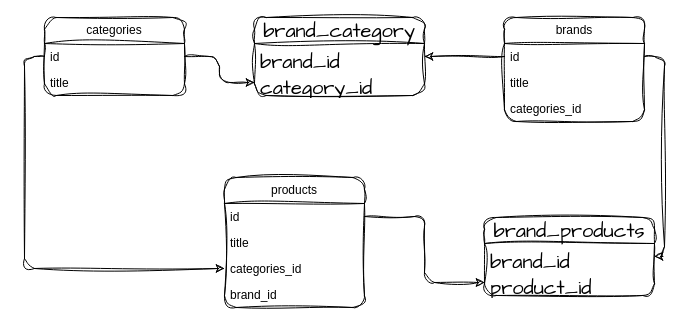
optimayz-dev/stabuz keeps this draw.io diagram as Диаграмма без названия.drawio. Above is the earlier version. Source tidied: cells renumbered, new cells numbered last; positions are measured from the earlier drawing's top-left corner, leaving out a move shared by most shapes. Both pictures are drawn from the tidied source at 100%, with x=0, y=0 at pixel (44, 17).
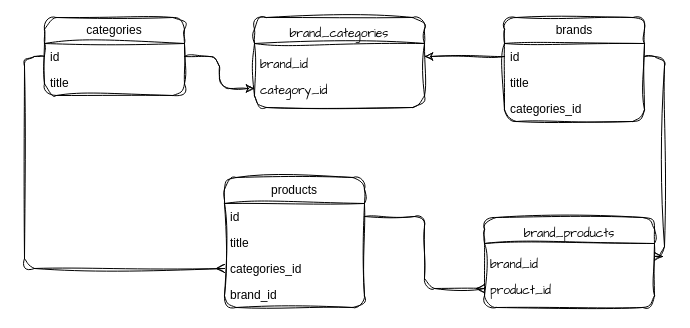
The same page after the edit.

Unchanged cells that the change refers to:
```xml
<mxCell id="3" value="id" style="text;strokeColor=none;fillColor=none;align=left;verticalAlign=top;spacingLeft=4;spacingRight=4;overflow=hidden;points=[[0,0.5],[1,0.5]];portConstraint=eastwest;whiteSpace=wrap;html=1;rounded=1;sketch=1;curveFitting=1;jiggle=2;" parent="2" vertex="1">
  <mxGeometry y="26" width="140" height="26" as="geometry" />
</mxCell>
<mxCell id="6" value="id" style="text;strokeColor=none;fillColor=none;align=left;verticalAlign=top;spacingLeft=4;spacingRight=4;overflow=hidden;points=[[0,0.5],[1,0.5]];portConstraint=eastwest;whiteSpace=wrap;html=1;rounded=1;sketch=1;curveFitting=1;jiggle=2;" parent="5" vertex="1">
  <mxGeometry y="26" width="140" height="26" as="geometry" />
</mxCell>
<mxCell id="10" value="id" style="text;strokeColor=none;fillColor=none;align=left;verticalAlign=top;spacingLeft=4;spacingRight=4;overflow=hidden;points=[[0,0.5],[1,0.5]];portConstraint=eastwest;whiteSpace=wrap;html=1;rounded=1;sketch=1;curveFitting=1;jiggle=2;" parent="9" vertex="1">
  <mxGeometry y="26" width="140" height="26" as="geometry" />
</mxCell>
<mxCell id="12" value="categories_id" style="text;strokeColor=none;fillColor=none;align=left;verticalAlign=top;spacingLeft=4;spacingRight=4;overflow=hidden;points=[[0,0.5],[1,0.5]];portConstraint=eastwest;whiteSpace=wrap;html=1;rounded=1;sketch=1;curveFitting=1;jiggle=2;" parent="9" vertex="1">
  <mxGeometry y="78" width="140" height="26" as="geometry" />
</mxCell>
```

What changed in the source:
```diff
@@
-<mxGraphModel background="#ffffff">
+<mxGraphModel>
@@
-    <mxCell id="14" style="edgeStyle=orthogonalEdgeStyle;rounded=1;jettySize=auto;html=1;exitX=0;exitY=0.5;exitDx=0;exitDy=0;entryX=0;entryY=0.5;entryDx=0;entryDy=0;sketch=1;curveFitting=1;jiggle=2;" parent="1" edge="1" source="3" target="12">
+    <mxCell id="14" style="edgeStyle=orthogonalEdgeStyle;rounded=1;jettySize=auto;html=1;exitX=0;exitY=0.5;exitDx=0;exitDy=0;entryX=0;entryY=0.5;entryDx=0;entryDy=0;sketch=1;curveFitting=1;jiggle=2;endArrow=ERmany;endFill=0;" parent="1" edge="1" source="3" target="12">
       <mxGeometry relative="1" as="geometry" />
     </mxCell>
-    <mxCell id="15" value="brand_category" style="swimlane;fontStyle=0;horizontal=1;startSize=26;fillColor=none;whiteSpace=wrap;html=1;sketch=1;hachureGap=4;jiggle=2;curveFitting=1;fontFamily=Architects Daughter;fontSize=20;rounded=1;" parent="1" vertex="1">
-      <mxGeometry x="210" width="170" height="78" as="geometry" />
+    <mxCell id="15" value="&lt;font style=&quot;font-size: 12px;&quot;&gt;brand_categories&lt;/font&gt;" style="swimlane;fontStyle=0;horizontal=1;startSize=26;fillColor=none;whiteSpace=wrap;html=1;sketch=1;hachureGap=4;jiggle=2;curveFitting=1;fontFamily=Architects Daughter;fontSize=20;rounded=1;" parent="1" vertex="1">
+      <mxGeometry x="210" width="170" height="90" as="geometry" />
     </mxCell>
-    <mxCell id="16" value="brand_id" style="text;strokeColor=none;fillColor=none;align=left;verticalAlign=top;spacingLeft=4;spacingRight=4;overflow=hidden;points=[[0,0.5],[1,0.5]];portConstraint=eastwest;whiteSpace=wrap;html=1;fontSize=20;fontFamily=Architects Daughter;rounded=1;" parent="15" vertex="1">
+    <mxCell id="16" value="&lt;font style=&quot;font-size: 12px;&quot;&gt;brand_id&lt;/font&gt;" style="text;strokeColor=none;fillColor=none;align=left;verticalAlign=top;spacingLeft=4;spacingRight=4;overflow=hidden;points=[[0,0.5],[1,0.5]];portConstraint=eastwest;whiteSpace=wrap;html=1;fontSize=20;fontFamily=Architects Daughter;rounded=1;" parent="15" vertex="1">
       <mxGeometry y="26" width="170" height="26" as="geometry" />
     </mxCell>
-    <mxCell id="17" value="category_id" style="text;strokeColor=none;fillColor=none;align=left;verticalAlign=top;spacingLeft=4;spacingRight=4;overflow=hidden;points=[[0,0.5],[1,0.5]];portConstraint=eastwest;whiteSpace=wrap;html=1;fontSize=20;fontFamily=Architects Daughter;rounded=1;" parent="15" vertex="1">
-      <mxGeometry y="52" width="170" height="26" as="geometry" />
+    <mxCell id="17" value="&lt;font style=&quot;font-size: 12px;&quot;&gt;category_id&lt;/font&gt;" style="text;strokeColor=none;fillColor=none;align=left;verticalAlign=top;spacingLeft=4;spacingRight=4;overflow=hidden;points=[[0,0.5],[1,0.5]];portConstraint=eastwest;whiteSpace=wrap;html=1;fontSize=20;fontFamily=Architects Daughter;rounded=1;" parent="15" vertex="1">
+      <mxGeometry y="52" width="170" height="38" as="geometry" />
     </mxCell>
@@
-    <mxCell id="20" value="brand_products" style="swimlane;fontStyle=0;horizontal=1;startSize=26;fillColor=none;whiteSpace=wrap;html=1;sketch=1;hachureGap=4;jiggle=2;curveFitting=1;fontFamily=Architects Daughter;fontSize=20;rounded=1;" parent="1" vertex="1">
-      <mxGeometry x="440" y="200" width="170" height="78" as="geometry" />
+    <mxCell id="20" value="&lt;font style=&quot;font-size: 12px;&quot;&gt;brand_products&lt;/font&gt;" style="swimlane;fontStyle=0;horizontal=1;startSize=26;fillColor=none;whiteSpace=wrap;html=1;sketch=1;hachureGap=4;jiggle=2;curveFitting=1;fontFamily=Architects Daughter;fontSize=20;rounded=1;" parent="1" vertex="1">
+      <mxGeometry x="440" y="200" width="170" height="90" as="geometry" />
     </mxCell>
-    <mxCell id="21" value="brand_id" style="text;strokeColor=none;fillColor=none;align=left;verticalAlign=top;spacingLeft=4;spacingRight=4;overflow=hidden;points=[[0,0.5],[1,0.5]];portConstraint=eastwest;whiteSpace=wrap;html=1;fontSize=20;fontFamily=Architects Daughter;rounded=1;" parent="20" vertex="1">
+    <mxCell id="21" value="&lt;font style=&quot;font-size: 12px;&quot;&gt;brand_id&lt;/font&gt;" style="text;strokeColor=none;fillColor=none;align=left;verticalAlign=top;spacingLeft=4;spacingRight=4;overflow=hidden;points=[[0,0.5],[1,0.5]];portConstraint=eastwest;whiteSpace=wrap;html=1;fontSize=20;fontFamily=Architects Daughter;rounded=1;" parent="20" vertex="1">
       <mxGeometry y="26" width="170" height="26" as="geometry" />
     </mxCell>
-    <mxCell id="22" value="product_id" style="text;strokeColor=none;fillColor=none;align=left;verticalAlign=top;spacingLeft=4;spacingRight=4;overflow=hidden;points=[[0,0.5],[1,0.5]];portConstraint=eastwest;whiteSpace=wrap;html=1;fontSize=20;fontFamily=Architects Daughter;rounded=1;" parent="20" vertex="1">
-      <mxGeometry y="52" width="170" height="26" as="geometry" />
+    <mxCell id="22" value="&lt;font style=&quot;font-size: 12px;&quot;&gt;product_id&lt;/font&gt;" style="text;strokeColor=none;fillColor=none;align=left;verticalAlign=top;spacingLeft=4;spacingRight=4;overflow=hidden;points=[[0,0.5],[1,0.5]];portConstraint=eastwest;whiteSpace=wrap;html=1;fontSize=20;fontFamily=Architects Daughter;rounded=1;" parent="20" vertex="1">
+      <mxGeometry y="52" width="170" height="38" as="geometry" />
     </mxCell>
-    <mxCell id="23" style="edgeStyle=orthogonalEdgeStyle;rounded=1;sketch=1;hachureGap=4;jiggle=2;curveFitting=1;jettySize=auto;html=1;exitX=1;exitY=0.5;exitDx=0;exitDy=0;entryX=1;entryY=0.5;entryDx=0;entryDy=0;fontFamily=Architects Daughter;fontSize=16;" parent="1" edge="1" source="6" target="21">
+    <mxCell id="23" style="edgeStyle=orthogonalEdgeStyle;rounded=1;sketch=1;hachureGap=4;jiggle=2;curveFitting=1;jettySize=auto;html=1;exitX=1;exitY=0.5;exitDx=0;exitDy=0;entryX=1;entryY=0.5;entryDx=0;entryDy=0;fontFamily=Architects Daughter;fontSize=16;endArrow=ERmany;endFill=0;" parent="1" edge="1" source="6" target="21">
       <mxGeometry relative="1" as="geometry" />
     </mxCell>
-    <mxCell id="24" style="edgeStyle=orthogonalEdgeStyle;rounded=1;sketch=1;hachureGap=4;jiggle=2;curveFitting=1;jettySize=auto;html=1;exitX=1;exitY=0.5;exitDx=0;exitDy=0;entryX=0;entryY=0.5;entryDx=0;entryDy=0;fontFamily=Architects Daughter;fontSize=16;" parent="1" edge="1" source="10" target="22">
+    <mxCell id="24" style="edgeStyle=orthogonalEdgeStyle;rounded=1;sketch=1;hachureGap=4;jiggle=2;curveFitting=1;jettySize=auto;html=1;exitX=1;exitY=0.5;exitDx=0;exitDy=0;entryX=0;entryY=0.5;entryDx=0;entryDy=0;fontFamily=Architects Daughter;fontSize=16;endArrow=ERmany;endFill=0;" parent="1" edge="1" source="10" target="22">
       <mxGeometry relative="1" as="geometry" />
     </mxCell>
```
